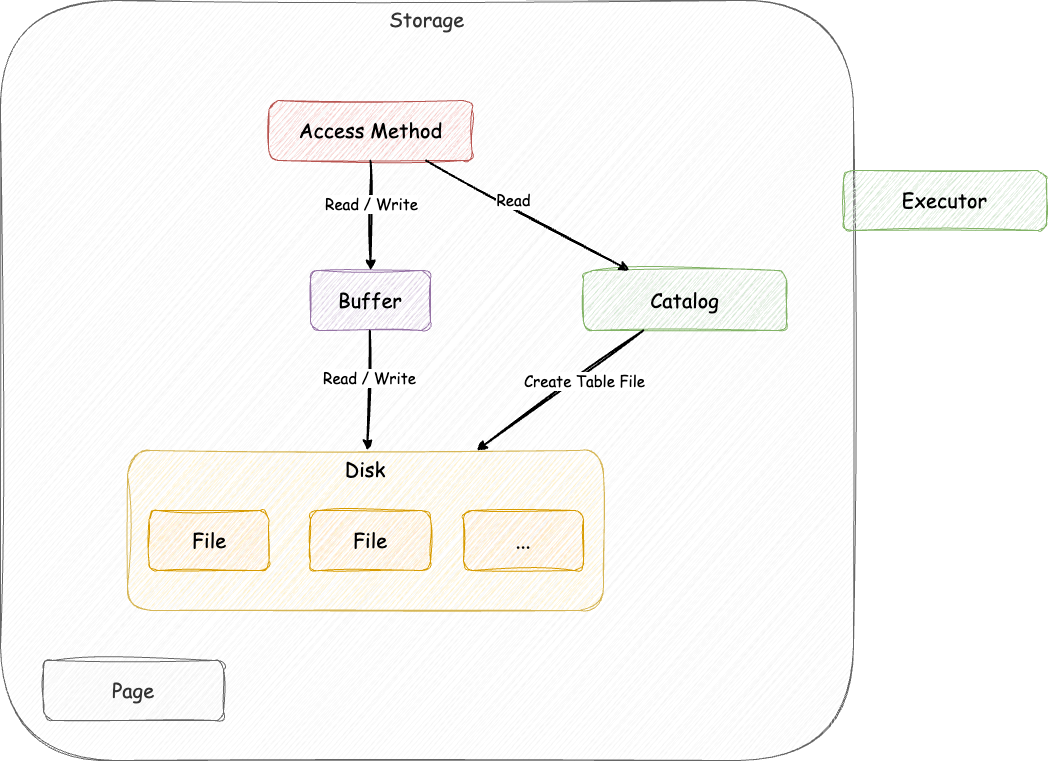
ren-yamanashi/minesql keeps this draw.io diagram as docs/architecture/architecture.drawio.png. Above is the earlier version. Source tidied: cells renumbered, new cells last; positions are measured from the earlier drawing's top-left corner, leaving out a move shared by most shapes.
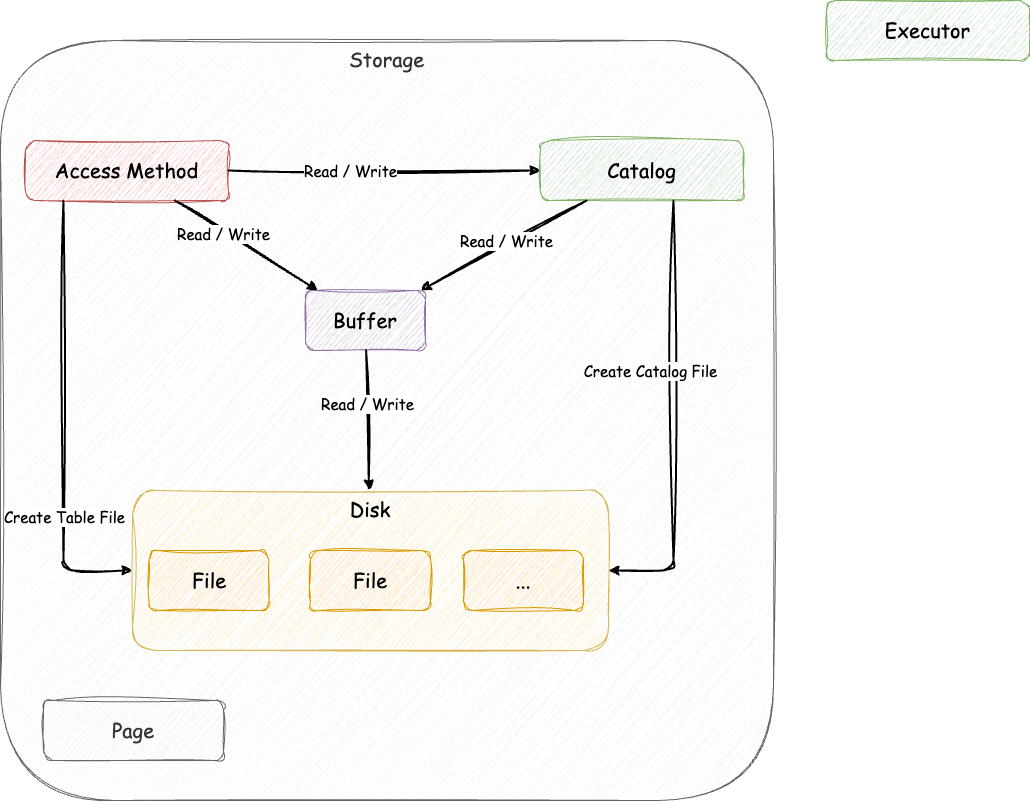
Above is the later version.

Change to the diagram source:
```diff
@@ -3,10 +3,10 @@
     <mxCell id="0" />
     <mxCell id="1" parent="0" />
     <mxCell id="2" value="&lt;font face=&quot;Comic Sans MS&quot;&gt;Storage&lt;/font&gt;" style="rounded=1;whiteSpace=wrap;html=1;sketch=1;curveFitting=1;jiggle=2;fontSize=20;fillColor=#f5f5f5;strokeColor=#666666;verticalAlign=top;fontColor=#333333;" parent="1" vertex="1">
-      <mxGeometry width="853" height="760" as="geometry" />
+      <mxGeometry width="773" height="760" as="geometry" />
     </mxCell>
     <mxCell id="3" value="&lt;font face=&quot;Comic Sans MS&quot;&gt;Disk&lt;/font&gt;" style="rounded=1;whiteSpace=wrap;html=1;sketch=1;curveFitting=1;jiggle=2;fontSize=20;horizontal=1;verticalAlign=top;fillColor=#fff2cc;strokeColor=#d6b656;" parent="1" vertex="1">
-      <mxGeometry x="127" y="450" width="476" height="160" as="geometry" />
+      <mxGeometry x="132" y="450" width="476" height="160" as="geometry" />
     </mxCell>
     <mxCell id="4" value="&lt;font face=&quot;Comic Sans MS&quot;&gt;Page&lt;/font&gt;" style="rounded=1;whiteSpace=wrap;html=1;sketch=1;curveFitting=1;jiggle=2;fontSize=20;fillColor=#f5f5f5;fontColor=#333333;strokeColor=#666666;" parent="1" vertex="1">
       <mxGeometry x="43" y="660" width="180" height="60" as="geometry" />
@@ -15,7 +15,7 @@
       <mxGeometry x="148.5" y="510" width="120" height="60" as="geometry" />
     </mxCell>
     <mxCell id="6" value="&lt;font face=&quot;Comic Sans MS&quot;&gt;Buffer&lt;/font&gt;" style="rounded=1;whiteSpace=wrap;html=1;sketch=1;curveFitting=1;jiggle=2;fontSize=20;fillColor=#e1d5e7;strokeColor=#9673a6;" parent="1" vertex="1">
-      <mxGeometry x="310" y="270" width="120" height="60" as="geometry" />
+      <mxGeometry x="305" y="250" width="120" height="60" as="geometry" />
     </mxCell>
     <mxCell id="7" style="endArrow=classic;html=1;sketch=1;curveFitting=1;jiggle=2;strokeWidth=2;" parent="1" edge="1" source="6" target="3">
       <mxGeometry relative="1" as="geometry" />
@@ -32,7 +32,7 @@
       <mxGeometry x="463" y="510" width="120" height="60" as="geometry" />
     </mxCell>
     <mxCell id="11" value="&lt;font face=&quot;Comic Sans MS&quot;&gt;Access Method&lt;/font&gt;" style="rounded=1;whiteSpace=wrap;html=1;sketch=1;curveFitting=1;jiggle=2;fontSize=20;fillColor=#f8cecc;strokeColor=#b85450;" parent="1" vertex="1">
-      <mxGeometry x="268.5" y="100" width="203" height="60" as="geometry" />
+      <mxGeometry x="25" y="100" width="203" height="60" as="geometry" />
     </mxCell>
     <mxCell id="12" style="endArrow=classic;html=1;sketch=1;curveFitting=1;jiggle=2;strokeWidth=2;" parent="1" edge="1" source="11" target="6">
       <mxGeometry relative="1" as="geometry" />
@@ -43,26 +43,50 @@
       </mxGeometry>
     </mxCell>
     <mxCell id="14" value="&lt;font face=&quot;Comic Sans MS&quot;&gt;Executor&lt;/font&gt;" style="rounded=1;whiteSpace=wrap;html=1;sketch=1;curveFitting=1;jiggle=2;fontSize=20;fillColor=#d5e8d4;strokeColor=#82b366;" parent="1" vertex="1">
-      <mxGeometry x="843" y="170" width="203" height="60" as="geometry" />
+      <mxGeometry x="826" y="-40" width="203" height="60" as="geometry" />
     </mxCell>
     <mxCell id="15" value="&lt;font face=&quot;Comic Sans MS&quot;&gt;Catalog&lt;/font&gt;" style="rounded=1;whiteSpace=wrap;html=1;sketch=1;curveFitting=1;jiggle=2;fontSize=20;fillColor=#d5e8d4;strokeColor=#82b366;" parent="1" vertex="1">
-      <mxGeometry x="583" y="270" width="203" height="60" as="geometry" />
+      <mxGeometry x="540" y="100" width="203" height="60" as="geometry" />
     </mxCell>
-    <mxCell id="16" style="endArrow=classic;html=1;sketch=1;curveFitting=1;jiggle=2;strokeWidth=2;" parent="1" edge="1" source="15" target="3">
-      <mxGeometry relative="1" as="geometry" />
+    <mxCell id="16" style="endArrow=classic;html=1;sketch=1;curveFitting=1;jiggle=2;strokeWidth=2;edgeStyle=orthogonalEdgeStyle;" parent="1" edge="1" source="11" target="3">
+      <mxGeometry relative="1" as="geometry">
+        <Array as="points">
+          <mxPoint x="63" y="530" />
+        </Array>
+      </mxGeometry>
     </mxCell>
     <mxCell id="17" value="&lt;font face=&quot;Comic Sans MS&quot;&gt;&lt;span style=&quot;font-size: 15px;&quot;&gt;Create Table File&lt;/span&gt;&lt;/font&gt;" style="edgeLabel;html=1;align=center;verticalAlign=middle;" parent="16" vertex="1">
       <mxGeometry x="-0.3" y="4" relative="1" as="geometry">
-        <mxPoint x="-4" y="5" as="offset" />
+        <mxPoint x="-4" y="162" as="offset" />
       </mxGeometry>
     </mxCell>
     <mxCell id="18" style="endArrow=classic;html=1;sketch=1;curveFitting=1;jiggle=2;strokeWidth=2;" parent="1" edge="1" source="11" target="15">
       <mxGeometry relative="1" as="geometry" />
     </mxCell>
-    <mxCell id="19" value="&lt;font face=&quot;Comic Sans MS&quot; style=&quot;font-size: 15px;&quot;&gt;Read&lt;/font&gt;" style="edgeLabel;html=1;align=center;verticalAlign=middle;" parent="18" vertex="1">
+    <mxCell id="19" value="&lt;font face=&quot;Comic Sans MS&quot; style=&quot;font-size: 15px;&quot;&gt;Read / Write&lt;/font&gt;" style="edgeLabel;html=1;align=center;verticalAlign=middle;" parent="18" vertex="1">
       <mxGeometry x="-0.3" y="4" relative="1" as="geometry">
         <mxPoint x="13" y="4" as="offset" />
       </mxGeometry>
     </mxCell>
+    <mxCell id="20" style="endArrow=classic;html=1;sketch=1;curveFitting=1;jiggle=2;strokeWidth=2;" parent="1" edge="1" source="15" target="6">
+      <mxGeometry relative="1" as="geometry" />
+    </mxCell>
+    <mxCell id="21" value="&lt;font face=&quot;Comic Sans MS&quot; style=&quot;font-size: 15px;&quot;&gt;Read / Write&lt;/font&gt;" style="edgeLabel;html=1;align=center;verticalAlign=middle;" parent="20" vertex="1">
+      <mxGeometry x="-0.3" y="4" relative="1" as="geometry">
+        <mxPoint x="-25" y="5" as="offset" />
+      </mxGeometry>
+    </mxCell>
+    <mxCell id="22" style="endArrow=classic;html=1;sketch=1;curveFitting=1;jiggle=2;strokeWidth=2;edgeStyle=orthogonalEdgeStyle;" parent="1" edge="1" source="15" target="3">
+      <mxGeometry relative="1" as="geometry">
+        <Array as="points">
+          <mxPoint x="673" y="530" />
+        </Array>
+      </mxGeometry>
+    </mxCell>
+    <mxCell id="23" value="&lt;font face=&quot;Comic Sans MS&quot;&gt;&lt;span style=&quot;font-size: 15px;&quot;&gt;Create Catalog File&lt;/span&gt;&lt;/font&gt;" style="edgeLabel;html=1;align=center;verticalAlign=middle;" parent="22" vertex="1">
+      <mxGeometry x="-0.3" y="4" relative="1" as="geometry">
+        <mxPoint x="-28" y="17" as="offset" />
+      </mxGeometry>
+    </mxCell>
   </root>
 </mxGraphModel>
```
